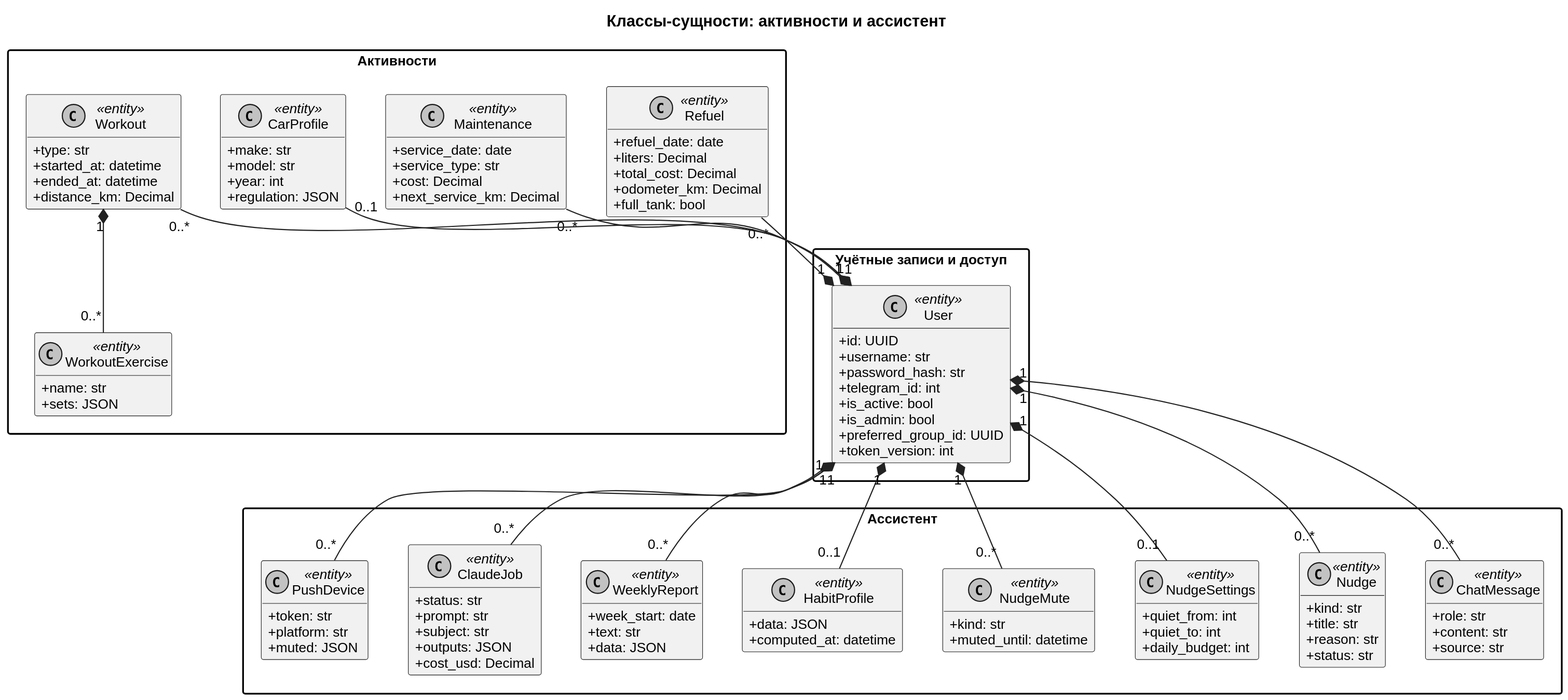
This is docs/Технический проект/uml/class_entities_activity.svg from r3DBAD/Personal-AI-Assistant-College, a PlantUML export, as it was before one commit.
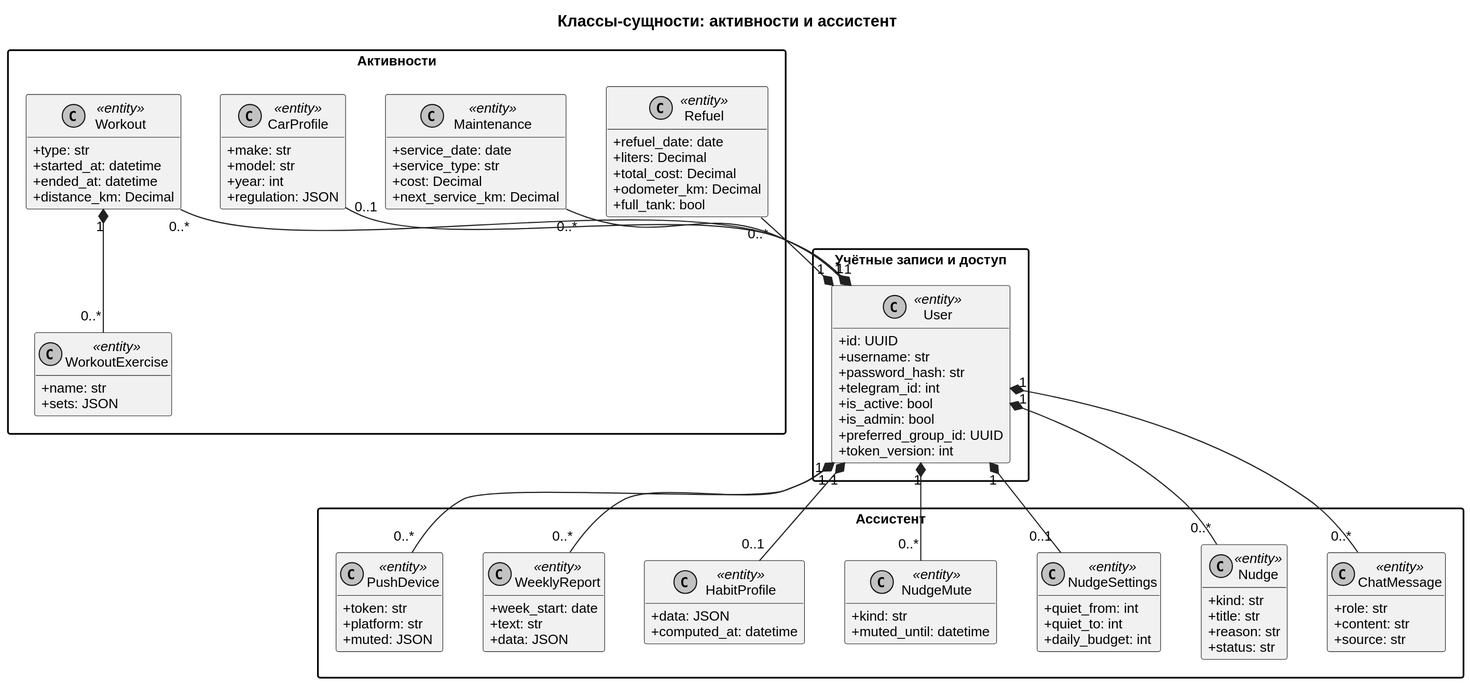
Later version of the same file.

What changed in the source:
```diff
@@ -77,13 +77,6 @@
     +text: str
     +data: JSON
   }
-  class ClaudeJob <<entity>> {
-    +status: str
-    +prompt: str
-    +subject: str
-    +outputs: JSON
-    +cost_usd: Decimal
-  }
   class PushDevice <<entity>> {
     +token: str
     +platform: str
@@ -98,10 +91,9 @@
 CarProfile "0..1" --* "1" User
 ChatMessage "0..*" --* "1" User
 Nudge "0..*" --* "1" User
-NudgeSettings "0..1" --* "1" User
-NudgeMute "0..*" --* "1" User
+User "1" *-- "0..1" NudgeSettings
+User "1" *-- "0..*" NudgeMute
 User "1" *-- "0..1" HabitProfile
 User "1" *-- "0..*" WeeklyReport
-User "1" *-- "0..*" ClaudeJob
 User "1" *-- "0..*" PushDevice
 @enduml
```
